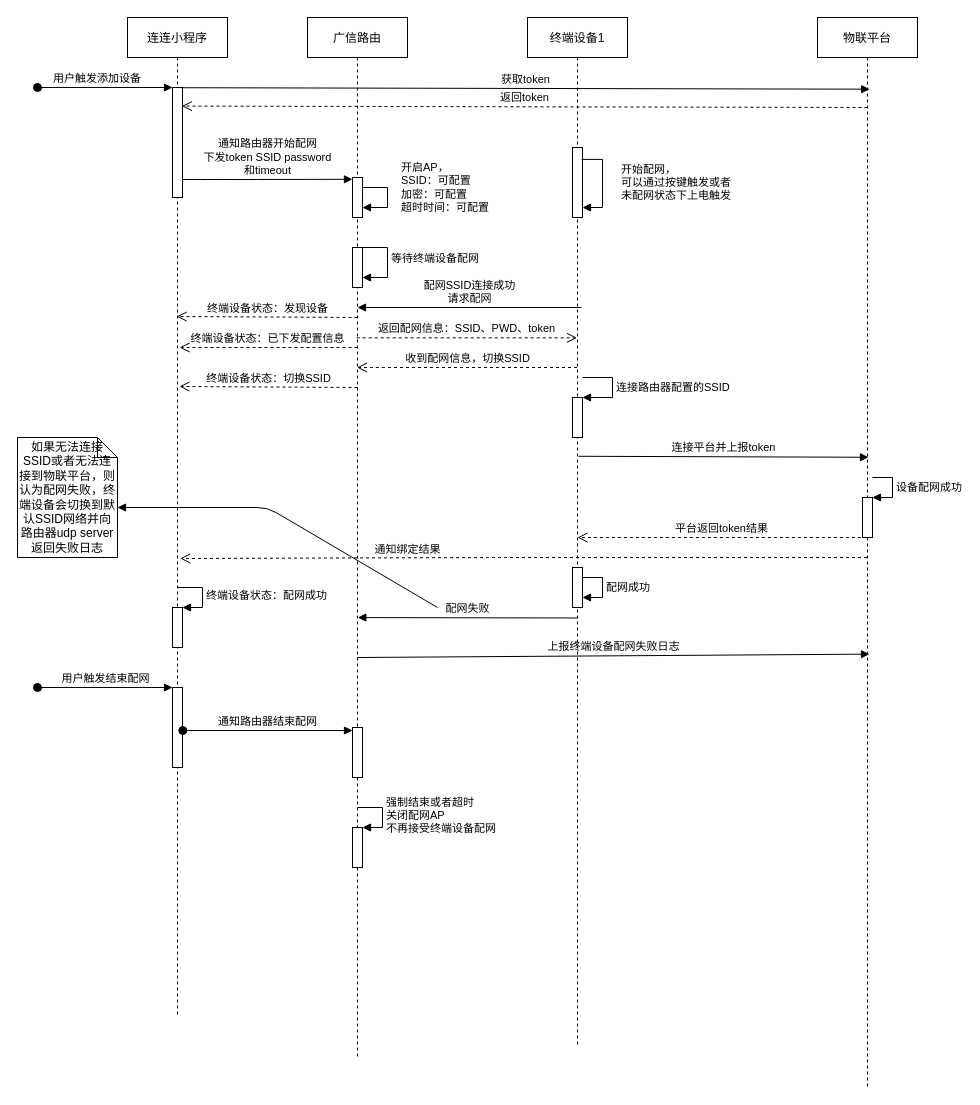
xupenghu/bitmap keeps this draw.io diagram as Untitled Diagram.drawio. Above is the earlier version. Source tidied: cells renumbered, new cells numbered last; positions are measured from the earlier drawing's top-left corner, leaving out a move shared by most shapes. Both pictures are drawn from the tidied source at 100%, with x=0, y=0 at pixel (17, 17).
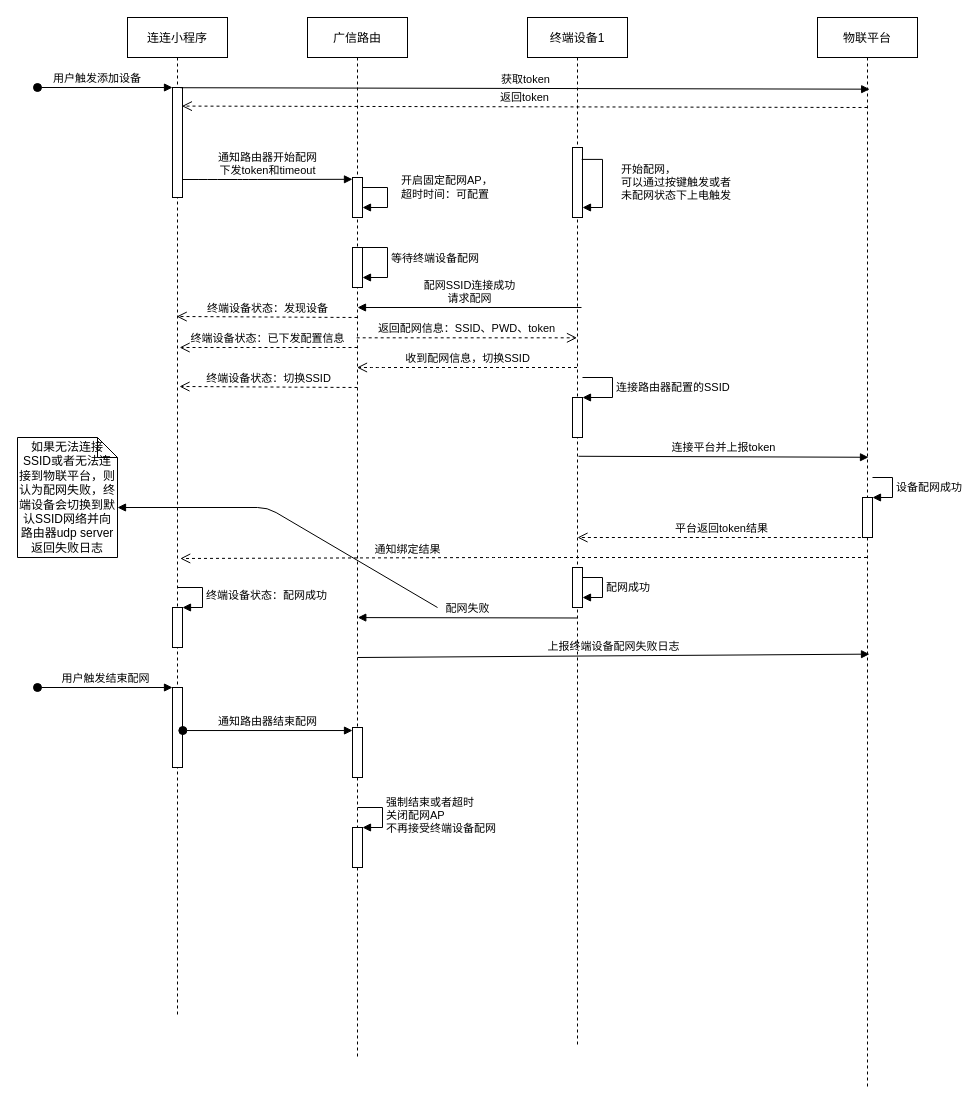
The same page after the edit.

The change refers to these unchanged cells:
```xml
<mxCell id="3" style="points=[];perimeter=orthogonalPerimeter;rounded=0;shadow=0;strokeWidth=1;" parent="2" vertex="1">
  <mxGeometry x="45" y="70" width="10" height="110" as="geometry" />
</mxCell>
<mxCell id="9" value="广信路由" style="shape=umlLifeline;perimeter=lifelinePerimeter;rounded=0;shadow=0;strokeWidth=1;" parent="1" vertex="1">
  <mxGeometry x="290" width="100" height="1040" as="geometry" />
</mxCell>
<mxCell id="10" style="points=[];perimeter=orthogonalPerimeter;rounded=0;shadow=0;strokeWidth=1;" parent="9" vertex="1">
  <mxGeometry x="45" y="160" width="10" height="40" as="geometry" />
</mxCell>
```

Diff of the diagram source:
```diff
@@
-    <mxCell id="11" value="开启AP，&lt;br&gt;SSID：可配置&lt;br&gt;加密：可配置&lt;br&gt;超时时间：可配置" style="edgeStyle=orthogonalEdgeStyle;html=1;align=left;spacingLeft=2;endArrow=block;rounded=0;" parent="9" edge="1">
+    <mxCell id="11" value="开启固定配网AP，&lt;br&gt;超时时间：可配置" style="edgeStyle=orthogonalEdgeStyle;html=1;align=left;spacingLeft=2;endArrow=block;rounded=0;" parent="9" edge="1">
       <mxGeometry x="-0.29" y="10" relative="1" as="geometry">
         <mxPoint x="55" y="170" as="sourcePoint" />
         <mxPoint x="55" y="190" as="targetPoint" />
         <Array as="points">
           <mxPoint x="55" y="170" />
           <mxPoint x="80" y="170" />
           <mxPoint x="80" y="190" />
         </Array>
       </mxGeometry>
     </mxCell>
@@
-    <mxCell id="37" value="通知路由器开始配网&lt;br&gt;下发token SSID password&lt;br&gt;和timeout" style="html=1;verticalAlign=bottom;endArrow=block;entryX=-0.003;entryY=0.045;entryDx=0;entryDy=0;entryPerimeter=0;" parent="1" edge="1" source="3" target="10">
+    <mxCell id="37" value="通知路由器开始配网&lt;br&gt;下发token和timeout" style="html=1;verticalAlign=bottom;endArrow=block;entryX=-0.003;entryY=0.045;entryDx=0;entryDy=0;entryPerimeter=0;" parent="1" edge="1" source="3" target="10">
       <mxGeometry relative="1" as="geometry">
         <Array as="points">
           <mxPoint x="180" y="162" />
           <mxPoint x="210" y="162" />
           <mxPoint x="230" y="162" />
         </Array>
       </mxGeometry>
     </mxCell>
```
